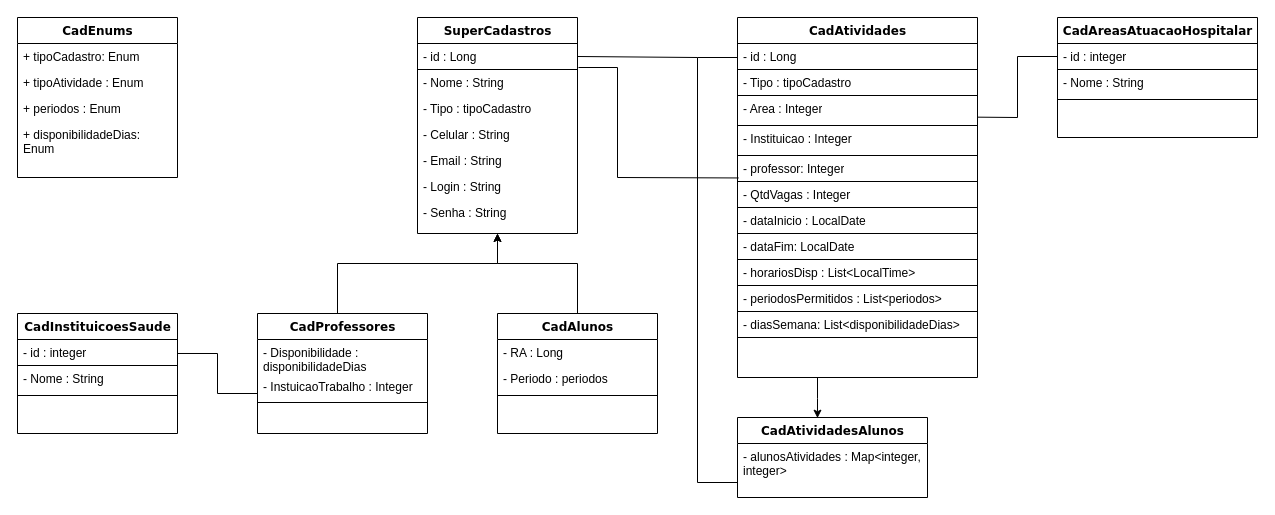
Before: APS-ON/Documentacao/diagramaClasses.drawio in lucasasilva/APS-ON, a draw.io diagram. Source tidied: cells renumbered, new cells numbered last; positions are measured from the earlier drawing's top-left corner, leaving out a move shared by most shapes. Both pictures are drawn from the tidied source at 100%, with x=0, y=0 at pixel (17, 17).
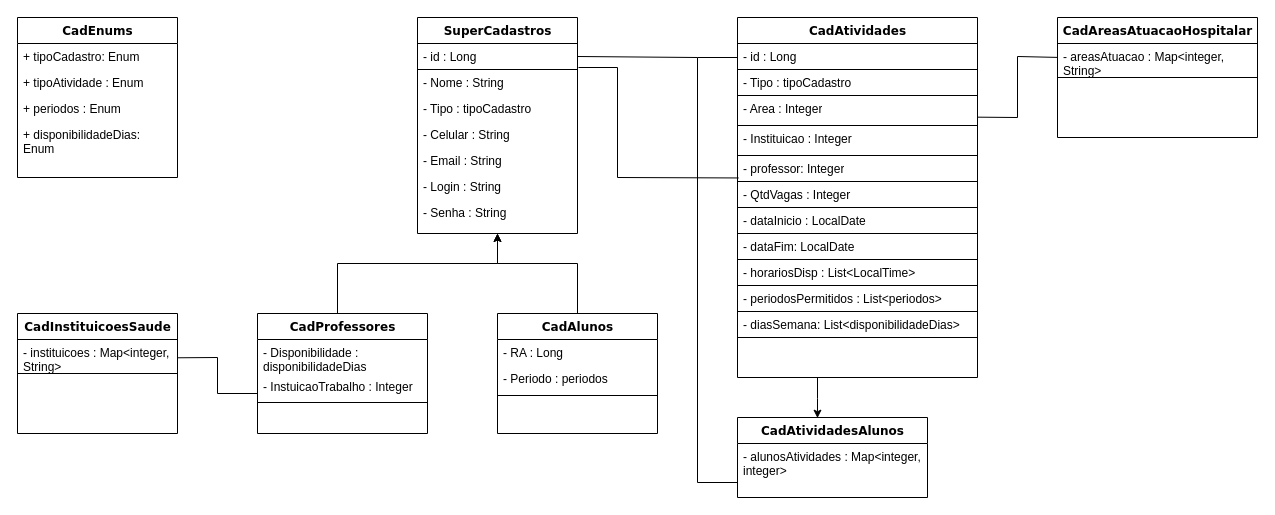
Above is the later version.

Unchanged cells that the change refers to:
```xml
<mxCell id="2" value="SuperCadastros" style="swimlane;html=1;fontStyle=1;align=center;verticalAlign=top;horizontal=1;startSize=26;swimlaneFillColor=#ffffff;rounded=0;shadow=0;comic=0;labelBackgroundColor=none;strokeWidth=1;fillColor=none;fontFamily=Verdana;fontSize=12;" parent="1" vertex="1">
  <mxGeometry x="400" width="160" height="216" as="geometry" />
</mxCell>
<mxCell id="20" value="CadInstituicoesSaude" style="swimlane;html=1;fontStyle=1;align=center;verticalAlign=top;horizontal=1;startSize=26;swimlaneFillColor=#ffffff;rounded=0;shadow=0;comic=0;labelBackgroundColor=none;strokeWidth=1;fillColor=none;fontFamily=Verdana;fontSize=12;" parent="1" vertex="1">
  <mxGeometry y="296" width="160" height="120" as="geometry" />
</mxCell>
<mxCell id="29" value="- Area : Integer" style="text;html=1;strokeColor=default;fillColor=none;align=left;verticalAlign=top;spacingLeft=4;spacingRight=4;whiteSpace=wrap;overflow=hidden;points=[[0,0.5],[1,0.5]];portConstraint=eastwest;" parent="26" vertex="1">
  <mxGeometry y="78" width="240" height="30" as="geometry" />
</mxCell>
<mxCell id="38" value="CadAreasAtuacaoHospitalar" style="swimlane;html=1;fontStyle=1;align=center;verticalAlign=top;horizontal=1;startSize=26;swimlaneFillColor=#ffffff;rounded=0;shadow=0;comic=0;labelBackgroundColor=none;strokeWidth=1;fillColor=none;fontFamily=Verdana;fontSize=12;" parent="1" vertex="1">
  <mxGeometry x="1040" width="200" height="120" as="geometry" />
</mxCell>
```

Change to the diagram source:
```diff
@@
     <mxCell id="9" value="- Senha : String" style="text;html=1;strokeColor=none;fillColor=none;align=left;verticalAlign=top;spacingLeft=4;spacingRight=4;whiteSpace=wrap;overflow=hidden;" parent="2" vertex="1">
-      <mxGeometry y="182" width="160" height="26" as="geometry" />
+      <mxGeometry y="182" width="160" height="28" as="geometry" />
     </mxCell>
@@
-    <mxCell id="21" value="- id : integer" style="text;html=1;strokeColor=default;fillColor=none;align=left;verticalAlign=top;spacingLeft=4;spacingRight=4;whiteSpace=wrap;overflow=hidden;points=[[0,0.5],[1,0.5]];portConstraint=eastwest;" parent="20" vertex="1">
-      <mxGeometry y="26" width="160" height="26" as="geometry" />
+    <mxCell id="21" value="- instituicoes : Map&amp;lt;integer, String&amp;gt;" style="text;html=1;strokeColor=default;fillColor=none;align=left;verticalAlign=top;spacingLeft=4;spacingRight=4;whiteSpace=wrap;overflow=hidden;points=[[0,0.5],[1,0.5]];portConstraint=eastwest;" parent="20" vertex="1">
+      <mxGeometry y="26" width="160" height="34" as="geometry" />
     </mxCell>
-    <mxCell id="22" value="- Nome : String" style="text;html=1;strokeColor=none;fillColor=none;align=left;verticalAlign=top;spacingLeft=4;spacingRight=4;whiteSpace=wrap;overflow=hidden;" parent="20" vertex="1">
-      <mxGeometry y="52" width="160" height="26" as="geometry" />
-    </mxCell>
-    <mxCell id="23" style="line;html=1;strokeWidth=1;fillColor=none;align=left;verticalAlign=middle;spacingTop=-1;spacingLeft=3;spacingRight=3;labelPosition=right;" parent="20" vertex="1">
-      <mxGeometry y="78" width="160" height="8" as="geometry" />
-    </mxCell>
     <mxCell id="24" style="endArrow=none;html=1;rounded=0;entryX=1;entryY=0.538;entryDx=0;entryDy=0;entryPerimeter=0;" parent="1" edge="1" target="21">
       <mxGeometry relative="1" as="geometry">
         <mxPoint x="240" y="376" as="sourcePoint" />
         <Array as="points">
           <mxPoint x="200" y="376" />
-          <mxPoint x="200" y="336" />
+          <mxPoint x="200" y="340" />
         </Array>
       </mxGeometry>
     </mxCell>
@@
-    <mxCell id="39" value="- id : integer" style="text;html=1;strokeColor=default;fillColor=none;align=left;verticalAlign=top;spacingLeft=4;spacingRight=4;whiteSpace=wrap;overflow=hidden;points=[[0,0.5],[1,0.5]];portConstraint=eastwest;" parent="38" vertex="1">
-      <mxGeometry y="26" width="200" height="26" as="geometry" />
+    <mxCell id="39" value="- areasAtuacao : Map&amp;lt;integer, String&amp;gt;" style="text;html=1;strokeColor=default;fillColor=none;align=left;verticalAlign=top;spacingLeft=4;spacingRight=4;whiteSpace=wrap;overflow=hidden;points=[[0,0.5],[1,0.5]];portConstraint=eastwest;" parent="38" vertex="1">
+      <mxGeometry y="26" width="200" height="34" as="geometry" />
     </mxCell>
-    <mxCell id="40" value="- Nome : String" style="text;html=1;strokeColor=none;fillColor=none;align=left;verticalAlign=top;spacingLeft=4;spacingRight=4;whiteSpace=wrap;overflow=hidden;" parent="38" vertex="1">
-      <mxGeometry y="52" width="200" height="26" as="geometry" />
-    </mxCell>
-    <mxCell id="41" style="line;html=1;strokeWidth=1;fillColor=none;align=left;verticalAlign=middle;spacingTop=-1;spacingLeft=3;spacingRight=3;labelPosition=right;" parent="38" vertex="1">
-      <mxGeometry y="78" width="200" height="8" as="geometry" />
-    </mxCell>
@@
-    <mxCell id="47" style="endArrow=none;html=1;rounded=0;entryX=0;entryY=0.5;entryDx=0;entryDy=0;exitX=0.999;exitY=0.722;exitDx=0;exitDy=0;exitPerimeter=0;" parent="1" edge="1" source="29" target="39">
+    <mxCell id="47" style="endArrow=none;html=1;rounded=0;entryX=0.001;entryY=0.409;entryDx=0;entryDy=0;exitX=0.999;exitY=0.722;exitDx=0;exitDy=0;exitPerimeter=0;entryPerimeter=0;" parent="1" edge="1" source="29" target="39">
       <mxGeometry relative="1" as="geometry">
         <Array as="points">
           <mxPoint x="1000" y="100" />
           <mxPoint x="1000" y="39" />
         </Array>
       </mxGeometry>
     </mxCell>
```
